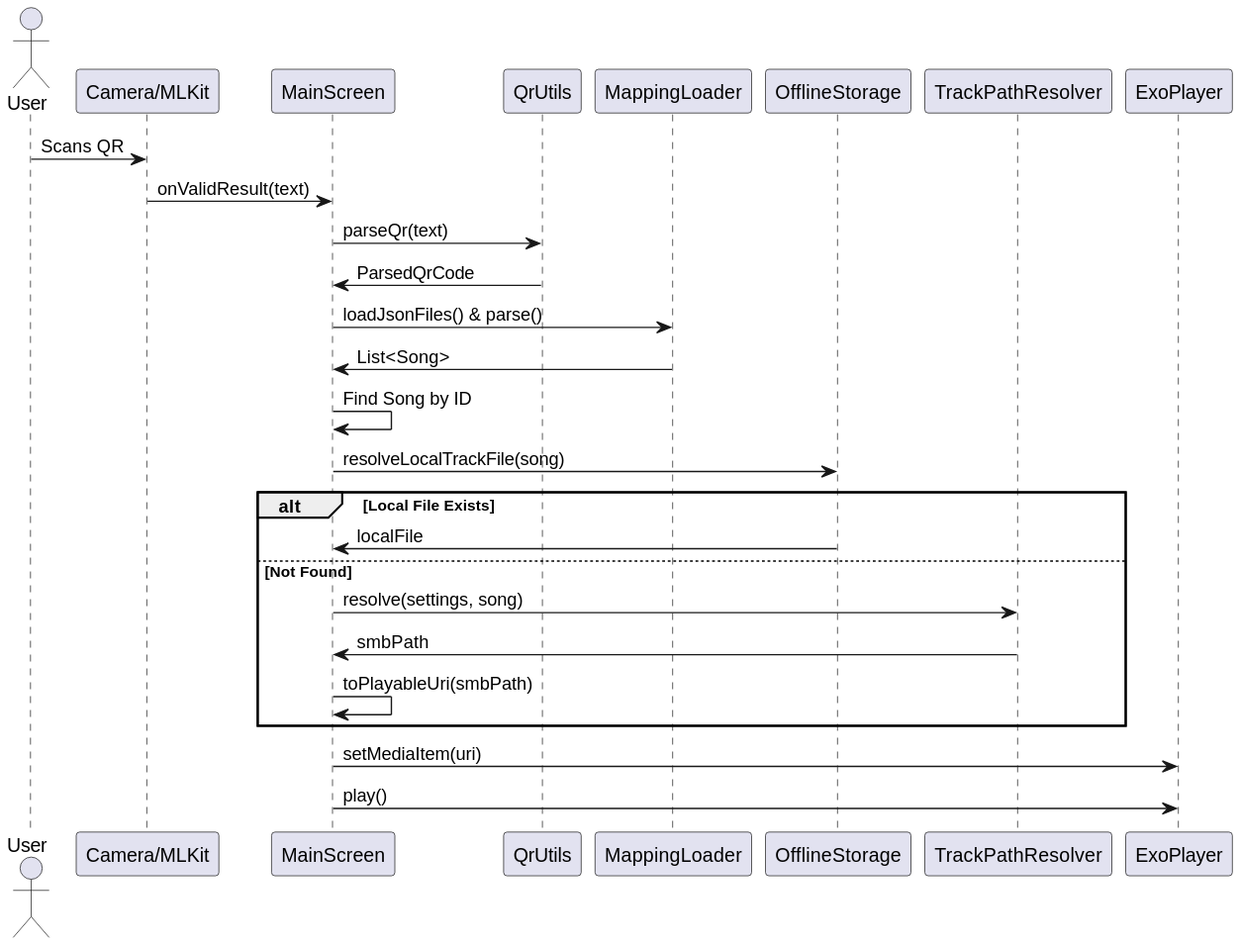
Before: docs/architecture/diagrams/out/02_sequence.svg, a diagram exported from PlantUML (kindermaenner/play-my-music). Its diagram source:
```plantuml
@startuml
actor User
participant "Camera/MLKit" as Cam
participant "MainScreen" as UI
participant "QrUtils" as QR
participant "MappingLoader" as ML
participant "OfflineStorage" as Store
participant "TrackPathResolver" as Path
participant "ExoPlayer" as Player

User -> Cam : Scans QR
Cam -> UI : onValidResult(text)
UI -> QR : parseQr(text)
QR -> UI : ParsedQrCode
UI -> ML : loadJsonFiles() & parse()
ML -> UI : List<Song>
UI -> UI : Find Song by ID
UI -> Store : resolveLocalTrackFile(song)
alt Local File Exists
    Store -> UI : localFile
else Not Found
    UI -> Path : resolve(settings, song)
    Path -> UI : smbPath
    UI -> UI : toPlayableUri(smbPath)
end
UI -> Player : setMediaItem(uri)
UI -> Player : play()
@enduml
```
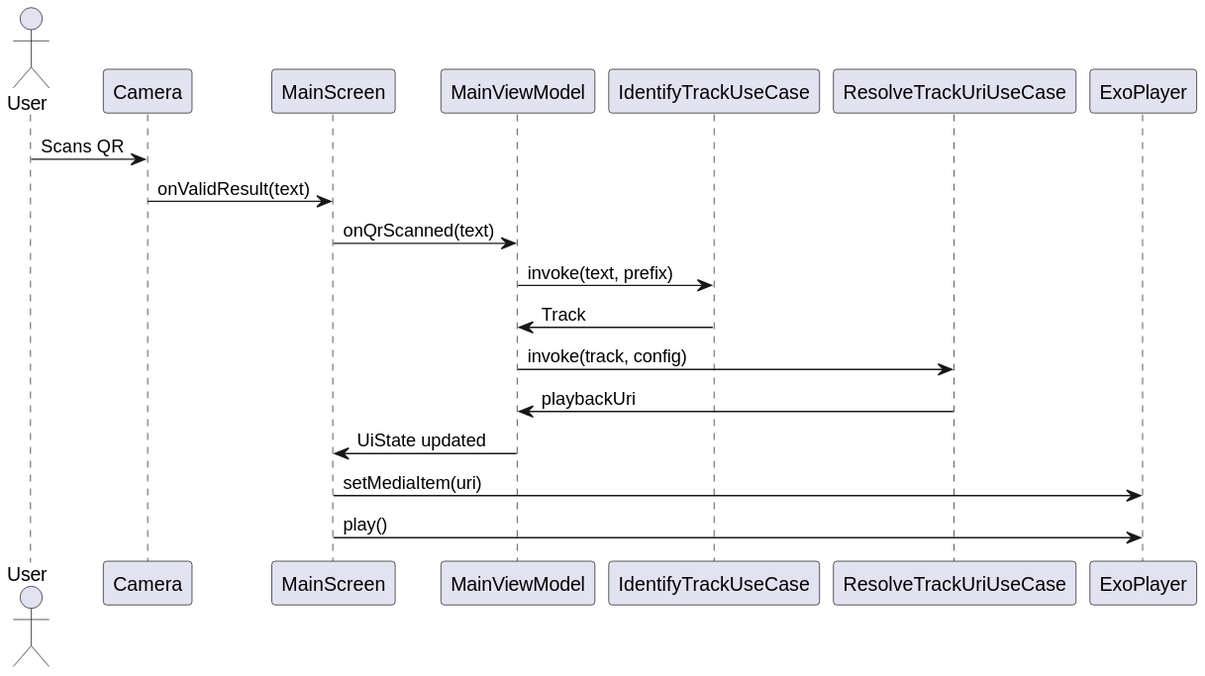
After the change.

The edit, as a diff of the source:
```diff
@@ -1,28 +1,20 @@
 @startuml
 actor User
-participant "Camera/MLKit" as Cam
+participant "Camera" as Cam
 participant "MainScreen" as UI
-participant "QrUtils" as QR
-participant "MappingLoader" as ML
-participant "OfflineStorage" as Store
-participant "TrackPathResolver" as Path
+participant "MainViewModel" as VM
+participant "IdentifyTrackUseCase" as ID
+participant "ResolveTrackUriUseCase" as RES
 participant "ExoPlayer" as Player
 
 User -> Cam : Scans QR
 Cam -> UI : onValidResult(text)
-UI -> QR : parseQr(text)
-QR -> UI : ParsedQrCode
-UI -> ML : loadJsonFiles() & parse()
-ML -> UI : List<Song>
-UI -> UI : Find Song by ID
-UI -> Store : resolveLocalTrackFile(song)
-alt Local File Exists
-    Store -> UI : localFile
-else Not Found
-    UI -> Path : resolve(settings, song)
-    Path -> UI : smbPath
-    UI -> UI : toPlayableUri(smbPath)
-end
+UI -> VM : onQrScanned(text)
+VM -> ID : invoke(text, prefix)
+ID -> VM : Track
+VM -> RES : invoke(track, config)
+RES -> VM : playbackUri
+VM -> UI : UiState updated
 UI -> Player : setMediaItem(uri)
 UI -> Player : play()
 @enduml
```
